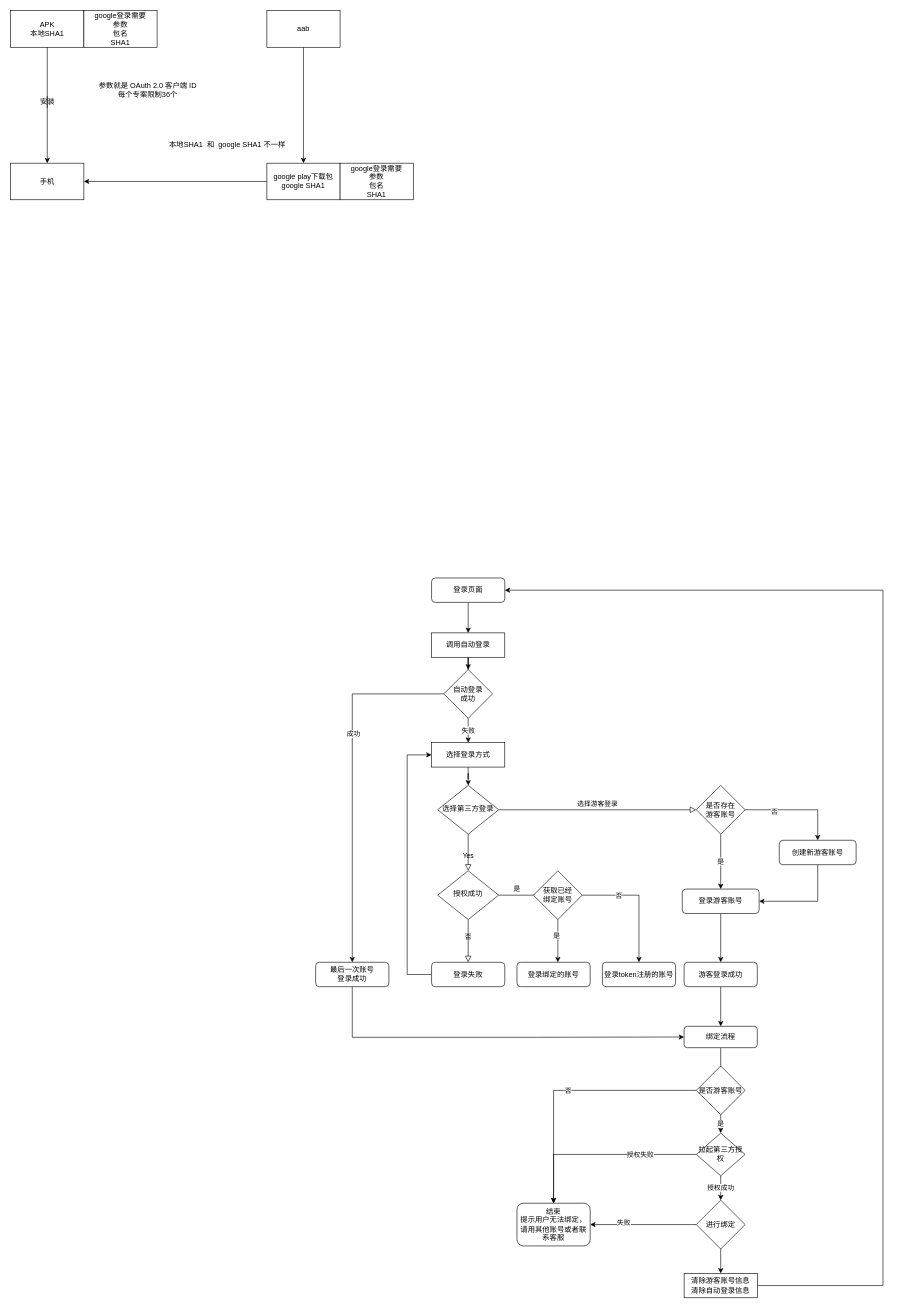
This is CMGE_HW_API.drawio from saitestop/Drawio, a draw.io file, before an edit. Source tidied: cells renumbered, new cells numbered last; positions are measured from the earlier drawing's top-left corner, leaving out a move shared by most shapes. Both pictures are drawn from the tidied source at 61%, with x=0, y=0 at pixel (10, 10).
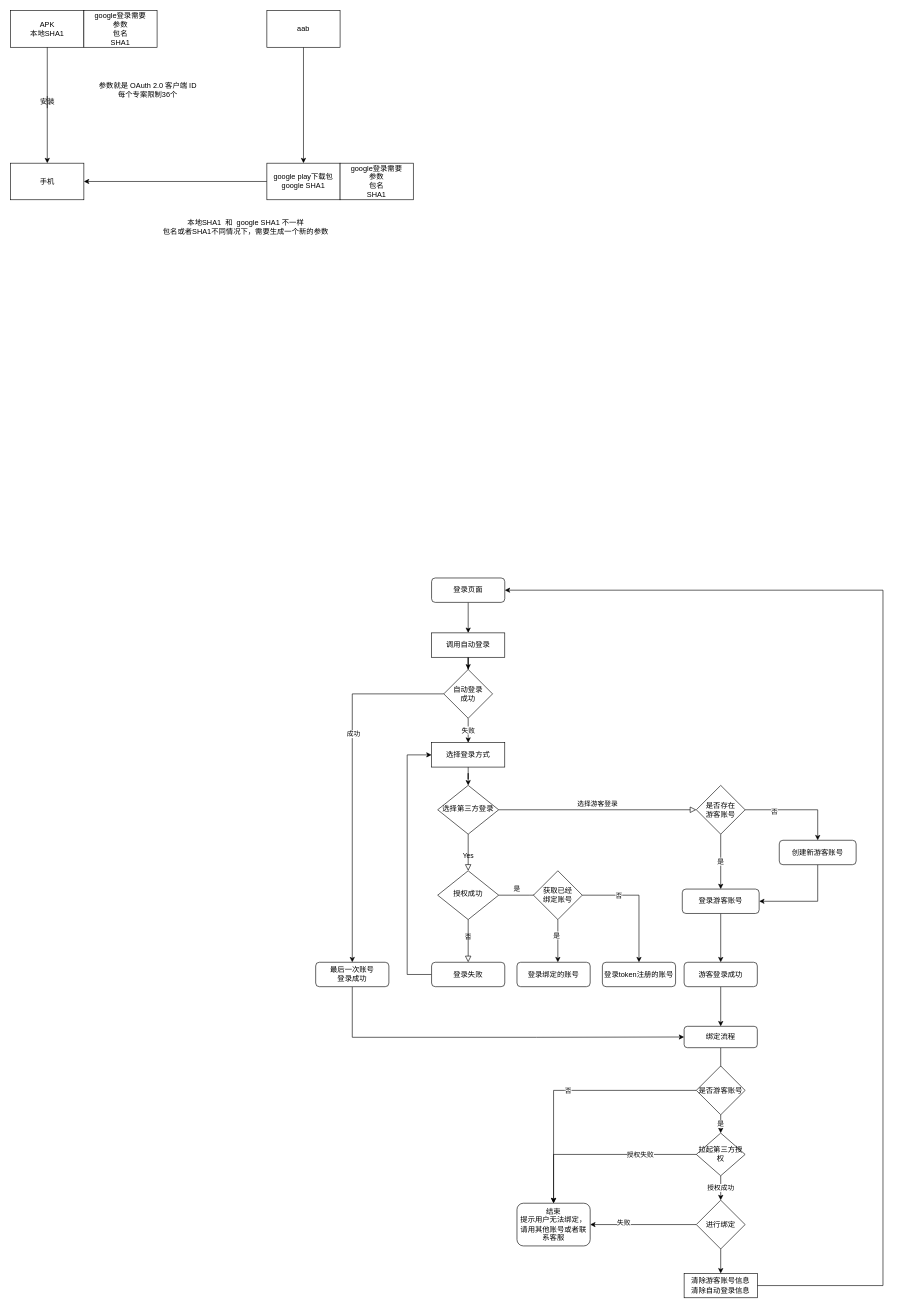
Above is the later version.

Commit message:
Update 添加打包和google关系

Diff of the diagram source:
```diff
@@
-    <mxCell id="68" value="&lt;span&gt;本地SHA1&amp;nbsp; 和&amp;nbsp;&amp;nbsp;&lt;/span&gt;&lt;span&gt;google SHA1 不一样&lt;/span&gt;" style="text;html=1;align=center;verticalAlign=middle;strokeColor=none;fillColor=none;" parent="1" vertex="1">
-      <mxGeometry x="250" y="210" width="210" height="20" as="geometry" />
+    <mxCell id="68" value="&lt;span&gt;本地SHA1&amp;nbsp; 和&amp;nbsp;&amp;nbsp;&lt;/span&gt;&lt;span&gt;google SHA1 不一样&lt;br&gt;包名或者SHA1不同情况下，需要生成一个新的参数&lt;br&gt;&lt;/span&gt;" style="text;html=1;align=center;verticalAlign=middle;strokeColor=none;fillColor=none;" parent="1" vertex="1">
+      <mxGeometry x="240" y="340" width="290" height="30" as="geometry" />
     </mxCell>
```
